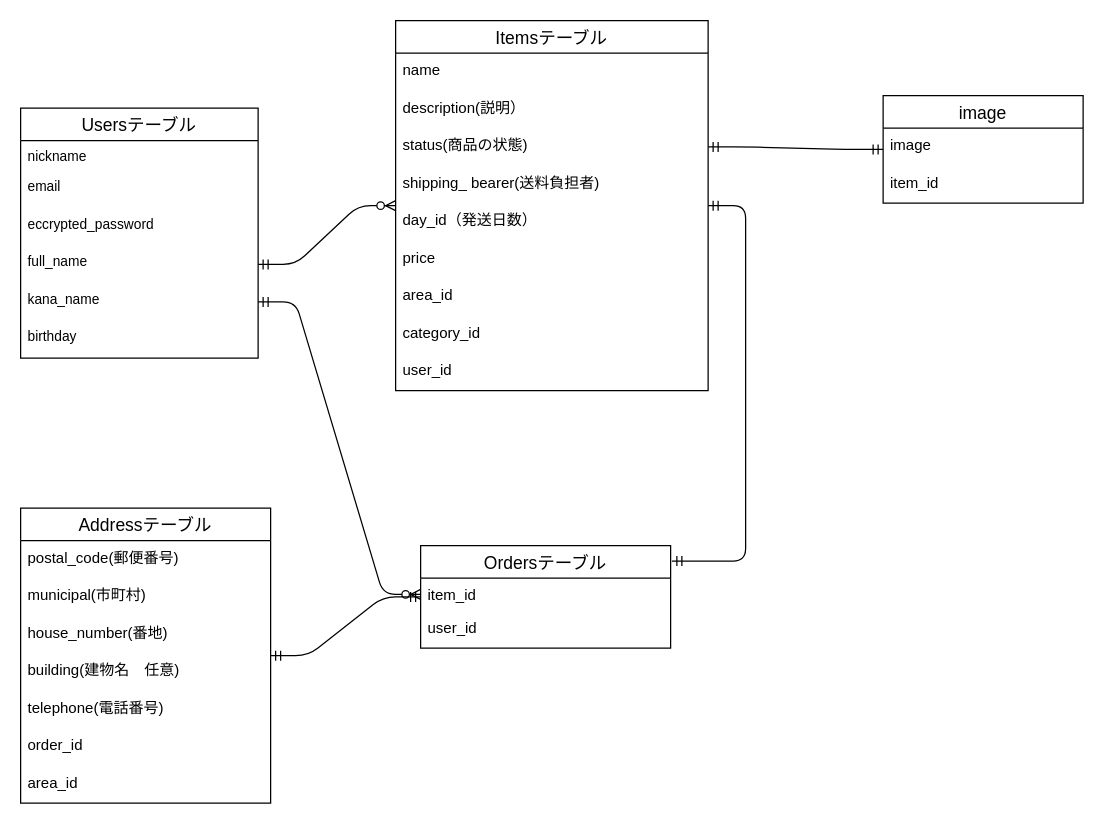
Before: furima.dio in yanagi0306/furima-37111, a draw.io diagram. Source tidied: cells renumbered, new cells numbered last; positions are measured from the earlier drawing's top-left corner, leaving out a move shared by most shapes. Both pictures are drawn from the tidied source at 125%, with x=0, y=0 at pixel (20, 20).
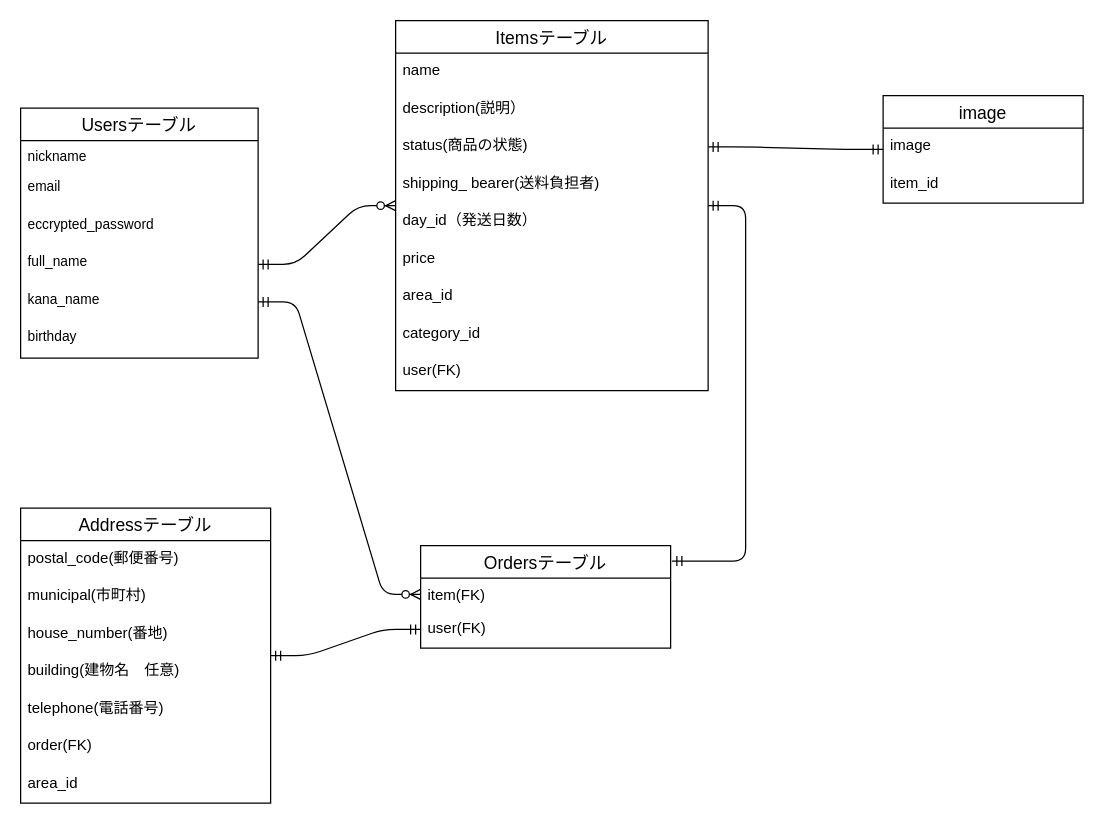
After the change.

Unchanged cells that the change refers to:
```xml
<mxCell id="9" value="Itemsテーブル" style="swimlane;fontStyle=0;horizontal=1;startSize=26;align=center;fontSize=14;" parent="1" vertex="1">
  <mxGeometry x="300" width="250" height="296" as="geometry" />
</mxCell>
<mxCell id="22" value="Ordersテーブル" style="swimlane;fontStyle=0;horizontal=1;startSize=26;align=center;fontSize=14;" parent="1" vertex="1">
  <mxGeometry x="320" y="420" width="200" height="82" as="geometry" />
</mxCell>
<mxCell id="27" value="Addressテーブル" style="swimlane;fontStyle=0;horizontal=1;startSize=26;align=center;fontSize=14;" parent="1" vertex="1">
  <mxGeometry y="390" width="200" height="236" as="geometry" />
</mxCell>
```

What changed in the source:
```diff
@@
-    <mxCell id="18" value="user_id" style="text;strokeColor=none;fillColor=none;spacingLeft=4;spacingRight=4;overflow=hidden;fontSize=12;" parent="9" vertex="1">
+    <mxCell id="18" value="user(FK)" style="text;strokeColor=none;fillColor=none;spacingLeft=4;spacingRight=4;overflow=hidden;fontSize=12;" parent="9" vertex="1">
       <mxGeometry y="266" width="250" height="30" as="geometry" />
     </mxCell>
@@
-    <mxCell id="23" value="item_id" style="text;strokeColor=none;fillColor=none;spacingLeft=4;spacingRight=4;overflow=hidden;points=[[0,0.5],[1,0.5]];portConstraint=eastwest;fontSize=12;fontStyle=0;" parent="22" vertex="1">
+    <mxCell id="23" value="item(FK)" style="text;strokeColor=none;fillColor=none;spacingLeft=4;spacingRight=4;overflow=hidden;points=[[0,0.5],[1,0.5]];portConstraint=eastwest;fontSize=12;fontStyle=0;" parent="22" vertex="1">
       <mxGeometry y="26" width="200" height="26" as="geometry" />
     </mxCell>
-    <mxCell id="24" value="user_id" style="text;strokeColor=none;fillColor=none;spacingLeft=4;spacingRight=4;overflow=hidden;points=[[0,0.5],[1,0.5]];portConstraint=eastwest;fontSize=12;fontStyle=0;" parent="22" vertex="1">
+    <mxCell id="24" value="user(FK)" style="text;strokeColor=none;fillColor=none;spacingLeft=4;spacingRight=4;overflow=hidden;points=[[0,0.5],[1,0.5]];portConstraint=eastwest;fontSize=12;fontStyle=0;" parent="22" vertex="1">
       <mxGeometry y="52" width="200" height="30" as="geometry" />
     </mxCell>
@@
-    <mxCell id="33" value="order_id" style="text;strokeColor=none;fillColor=none;spacingLeft=4;spacingRight=4;overflow=hidden;fontSize=12;" parent="27" vertex="1">
+    <mxCell id="33" value="order(FK)" style="text;strokeColor=none;fillColor=none;spacingLeft=4;spacingRight=4;overflow=hidden;fontSize=12;" parent="27" vertex="1">
       <mxGeometry y="176" width="200" height="30" as="geometry" />
     </mxCell>
@@
-    <mxCell id="37" style="edgeStyle=entityRelationEdgeStyle;fontSize=12;html=1;endArrow=ERmandOne;startArrow=ERmandOne;" parent="1" edge="1" source="27" target="22">
+    <mxCell id="37" style="edgeStyle=entityRelationEdgeStyle;fontSize=12;html=1;endArrow=ERmandOne;startArrow=ERmandOne;entryX=0;entryY=0.5;entryDx=0;entryDy=0;" parent="1" edge="1" source="27" target="24">
       <mxGeometry relative="1" as="geometry" />
     </mxCell>
```
